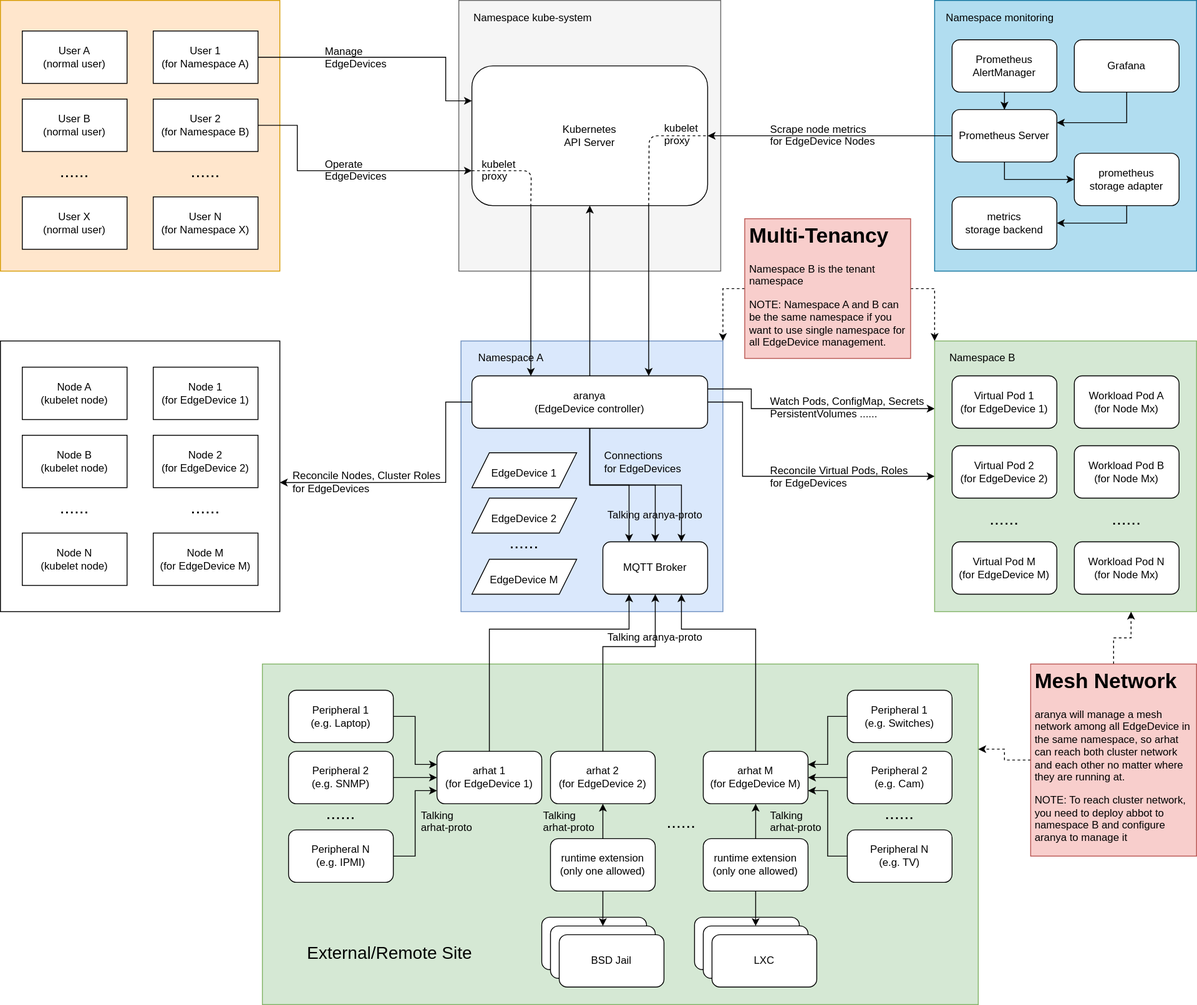
Earlier version of the draw.io export docs/images/overview.svg (arhat-dev/aranya). Source tidied: cells renumbered, new cells last; positions are measured from the earlier drawing's top-left corner, leaving out a move shared by most shapes.
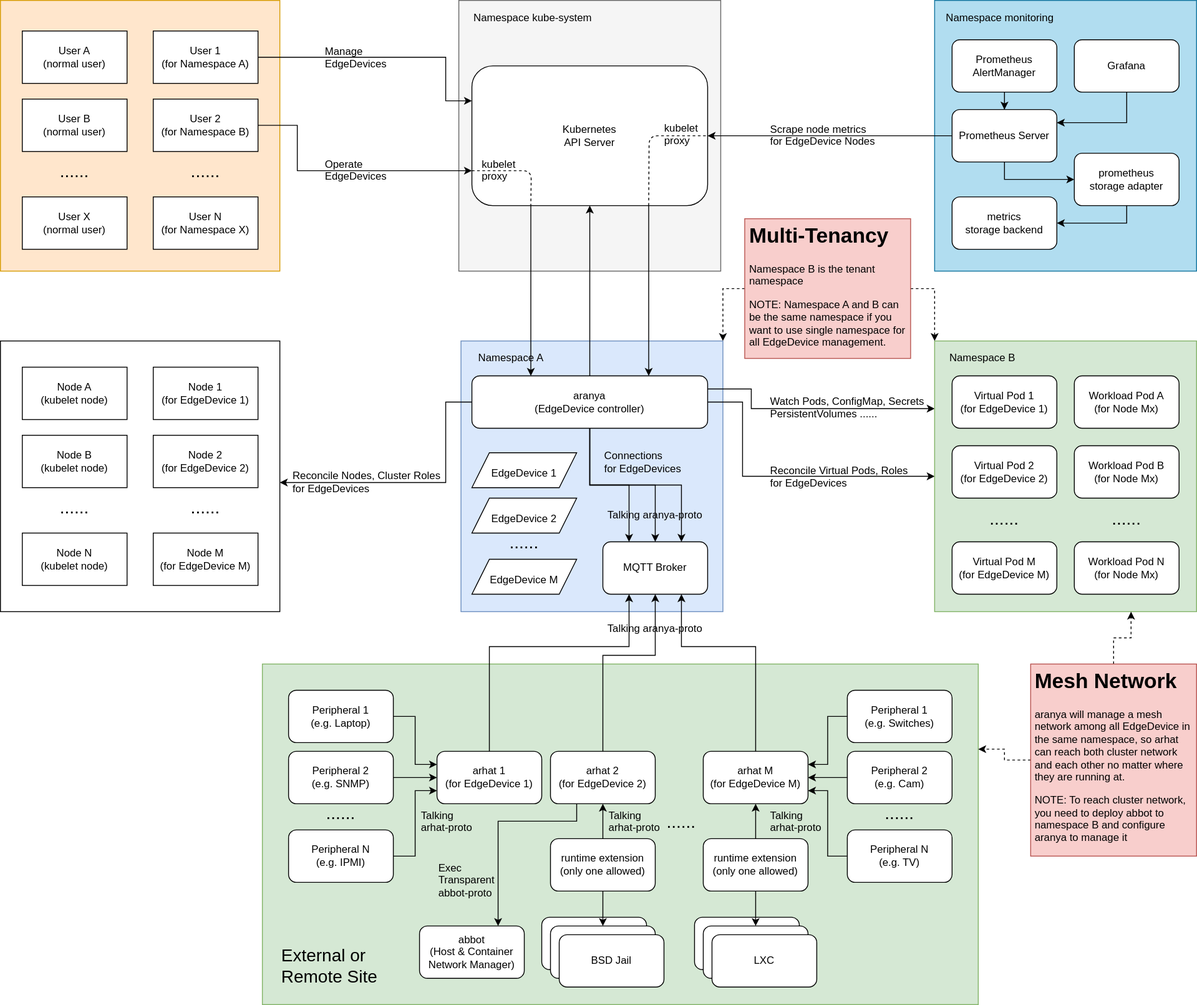
The same diagram one commit later.

Commit message:
docs: Update overview with abbot

Change to the diagram source:
```diff
@@ -82,8 +82,8 @@
     <mxCell id="22" style="edgeStyle=orthogonalEdgeStyle;rounded=0;jettySize=auto;html=1;entryX=0.25;entryY=1;entryDx=0;entryDy=0;fontSize=12;" parent="1" edge="1" source="23" target="24">
       <mxGeometry relative="1" as="geometry">
         <Array as="points">
-          <mxPoint x="560" y="720" />
-          <mxPoint x="720" y="720" />
+          <mxPoint x="560" y="740" />
+          <mxPoint x="720" y="740" />
         </Array>
       </mxGeometry>
     </mxCell>
@@ -102,8 +102,8 @@
     <mxCell id="27" style="edgeStyle=orthogonalEdgeStyle;rounded=0;jettySize=auto;html=1;entryX=0.75;entryY=1;entryDx=0;entryDy=0;fontSize=12;" parent="1" edge="1" source="28" target="24">
       <mxGeometry relative="1" as="geometry">
         <Array as="points">
-          <mxPoint x="865" y="720" />
-          <mxPoint x="780" y="720" />
+          <mxPoint x="865" y="740" />
+          <mxPoint x="780" y="740" />
         </Array>
       </mxGeometry>
     </mxCell>
@@ -140,14 +140,11 @@
     <mxCell id="38" style="edgeStyle=orthogonalEdgeStyle;rounded=0;jettySize=auto;html=1;entryX=0.5;entryY=1;entryDx=0;entryDy=0;fontSize=12;" parent="1" edge="1" source="39" target="24">
       <mxGeometry relative="1" as="geometry">
         <Array as="points">
-          <mxPoint x="690" y="740" />
-          <mxPoint x="750" y="740" />
+          <mxPoint x="690" y="750" />
+          <mxPoint x="750" y="750" />
         </Array>
       </mxGeometry>
     </mxCell>
-    <mxCell id="39" value="arhat 2&lt;br&gt;(for EdgeDevice 2)" style="rounded=1;whiteSpace=wrap;html=1;labelBackgroundColor=none;fontSize=12;align=center;" parent="1" vertex="1">
-      <mxGeometry x="630" y="860" width="120" height="60" as="geometry" />
-    </mxCell>
     <mxCell id="40" value="......" style="text;html=1;strokeColor=none;fillColor=none;align=center;verticalAlign=middle;whiteSpace=wrap;rounded=0;fontSize=20;" parent="1" vertex="1">
       <mxGeometry x="760" y="930" width="40" height="20" as="geometry" />
     </mxCell>
@@ -260,7 +257,7 @@
       </mxGeometry>
     </mxCell>
     <mxCell id="73" value="Talking aranya-proto" style="text;html=1;strokeColor=none;fillColor=none;align=center;verticalAlign=middle;whiteSpace=wrap;rounded=0;labelBackgroundColor=none;fontSize=12;" parent="1" vertex="1">
-      <mxGeometry x="690" y="720" width="120" height="20" as="geometry" />
+      <mxGeometry x="690" y="710" width="120" height="20" as="geometry" />
     </mxCell>
     <mxCell id="74" value="Talking aranya-proto" style="text;html=1;strokeColor=none;fillColor=none;align=center;verticalAlign=middle;whiteSpace=wrap;rounded=0;labelBackgroundColor=none;fontSize=12;" parent="1" vertex="1">
       <mxGeometry x="690" y="580" width="120" height="20" as="geometry" />
@@ -269,7 +266,7 @@
       <mxGeometry x="480" y="920" width="70" height="40" as="geometry" />
     </mxCell>
     <mxCell id="76" value="Talking&lt;br&gt;arhat-proto" style="text;html=1;strokeColor=none;fillColor=none;align=left;verticalAlign=top;whiteSpace=wrap;rounded=0;labelBackgroundColor=none;fontSize=12;" parent="1" vertex="1">
-      <mxGeometry x="620" y="920" width="70" height="40" as="geometry" />
+      <mxGeometry x="695" y="920" width="70" height="40" as="geometry" />
     </mxCell>
     <mxCell id="77" value="Talking&lt;br&gt;arhat-proto" style="text;html=1;strokeColor=none;fillColor=none;align=left;verticalAlign=top;whiteSpace=wrap;rounded=0;labelBackgroundColor=none;fontSize=12;" parent="1" vertex="1">
       <mxGeometry x="880" y="920" width="70" height="40" as="geometry" />
@@ -426,8 +423,25 @@
     <mxCell id="123" value="&lt;h1&gt;Mesh Network&lt;/h1&gt;&lt;p&gt;aranya will manage a mesh network among all EdgeDevice in the same namespace, so arhat can reach both cluster network and each other no matter where they are running at.&lt;/p&gt;&lt;p&gt;NOTE: To reach cluster network, you need to deploy abbot to namespace B and configure aranya to manage it&lt;/p&gt;" style="text;html=1;strokeColor=#b85450;fillColor=#f8cecc;spacing=5;spacingTop=-20;whiteSpace=wrap;overflow=hidden;rounded=0;" parent="1" vertex="1">
       <mxGeometry x="1180" y="760" width="190" height="220" as="geometry" />
     </mxCell>
-    <mxCell id="124" value="External/Remote Site" style="text;html=1;strokeColor=none;fillColor=none;align=center;verticalAlign=middle;whiteSpace=wrap;rounded=0;fontSize=20;" parent="1" vertex="1">
-      <mxGeometry x="341" y="1065" width="210" height="50" as="geometry" />
+    <mxCell id="124" value="External or&lt;br&gt;Remote Site" style="text;html=1;strokeColor=none;fillColor=none;align=left;verticalAlign=middle;whiteSpace=wrap;rounded=0;fontSize=20;" parent="1" vertex="1">
+      <mxGeometry x="320" y="1080" width="130" height="50" as="geometry" />
     </mxCell>
+    <mxCell id="125" value="abbot&lt;br&gt;(Host &amp;amp; Container Network Manager)" style="rounded=1;whiteSpace=wrap;html=1;labelBackgroundColor=none;fontSize=12;align=center;" parent="1" vertex="1">
+      <mxGeometry x="480" y="1060" width="120" height="60" as="geometry" />
+    </mxCell>
+    <mxCell id="126" style="edgeStyle=orthogonalEdgeStyle;rounded=0;jettySize=auto;html=1;exitX=0.25;exitY=1;exitDx=0;exitDy=0;entryX=0.75;entryY=0;entryDx=0;entryDy=0;" parent="1" edge="1" source="39" target="125">
+      <mxGeometry relative="1" as="geometry">
+        <Array as="points">
+          <mxPoint x="660" y="940" />
+          <mxPoint x="570" y="940" />
+        </Array>
+      </mxGeometry>
+    </mxCell>
+    <mxCell id="39" value="arhat 2&lt;br&gt;(for EdgeDevice 2)" style="rounded=1;whiteSpace=wrap;html=1;labelBackgroundColor=none;fontSize=12;align=center;" parent="1" vertex="1">
+      <mxGeometry x="630" y="860" width="120" height="60" as="geometry" />
+    </mxCell>
+    <mxCell id="127" value="Exec&lt;br&gt;Transparent&lt;br&gt;abbot-proto" style="text;html=1;strokeColor=none;fillColor=none;align=left;verticalAlign=top;whiteSpace=wrap;rounded=0;labelBackgroundColor=none;fontSize=12;" parent="1" vertex="1">
+      <mxGeometry x="500" y="980" width="100" height="60" as="geometry" />
+    </mxCell>
   </root>
 </mxGraphModel>
```
